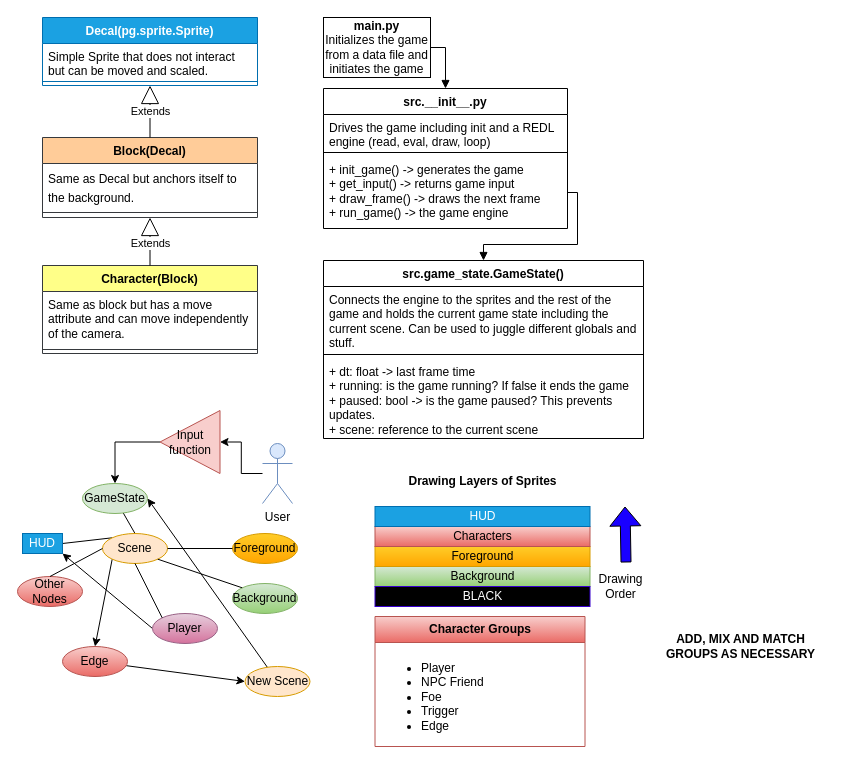
flythereddflagg/RCA keeps this draw.io diagram as docs/state_map.drawio. Above is the earlier version. Source tidied: cells renumbered, new cells numbered last; positions are measured from the earlier drawing's top-left corner, leaving out a move shared by most shapes. Both pictures are drawn from the tidied source at 100%, with x=0, y=0 at pixel (17, 17).
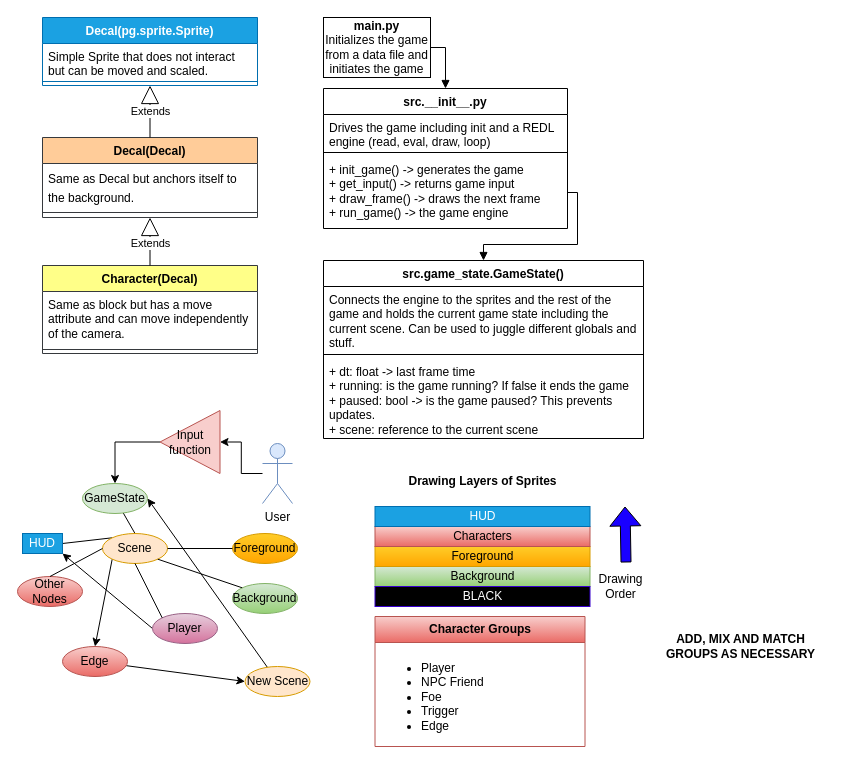
The same diagram, later.

The edit, as a diff of the source:
```diff
@@
-    <mxCell id="7" value="Block(Decal)" style="swimlane;fontStyle=1;align=center;verticalAlign=top;horizontal=1;startSize=26;whiteSpace=wrap;html=1;fillColor=#ffcc99;strokeColor=#36393d;" parent="1" vertex="1">
+    <mxCell id="7" value="Decal(Decal)" style="swimlane;fontStyle=1;align=center;verticalAlign=top;horizontal=1;startSize=26;whiteSpace=wrap;html=1;fillColor=#ffcc99;strokeColor=#36393d;" parent="1" vertex="1">
       <mxGeometry x="25" y="120" width="215" height="80" as="geometry" />
     </mxCell>
@@
-    <mxCell id="11" value="Character(Block)" style="swimlane;fontStyle=1;align=center;verticalAlign=top;horizontal=1;startSize=26;whiteSpace=wrap;html=1;fillColor=#ffff88;strokeColor=#36393d;" parent="1" vertex="1">
+    <mxCell id="11" value="Character(Decal)" style="swimlane;fontStyle=1;align=center;verticalAlign=top;horizontal=1;startSize=26;whiteSpace=wrap;html=1;fillColor=#ffff88;strokeColor=#36393d;" parent="1" vertex="1">
       <mxGeometry x="25" y="248" width="215" height="88" as="geometry" />
     </mxCell>
```
